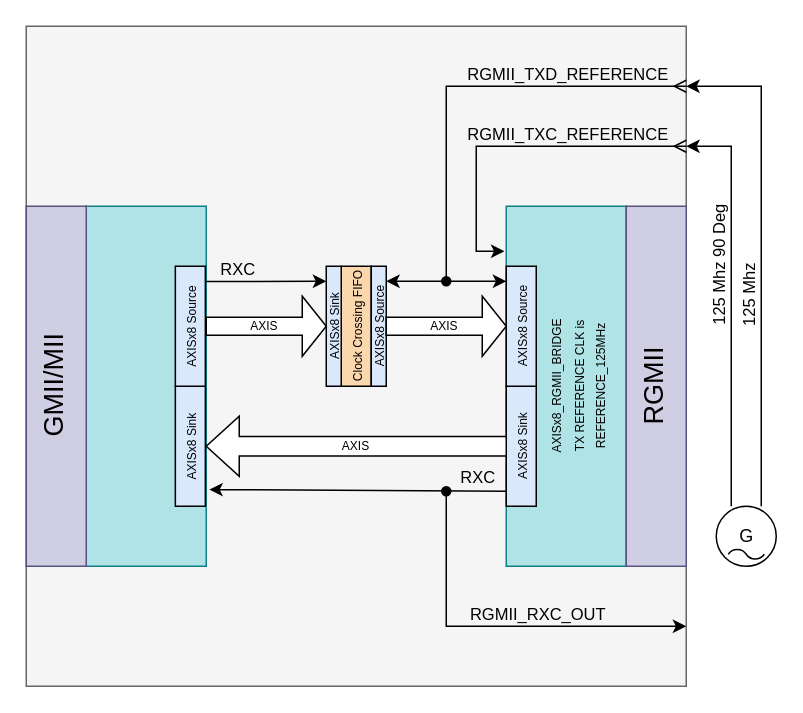
The draw.io diagram docs/Drawio/Example_Project_Zynq_GMII_MII_2_RGMII_Adapter_External_PLL.drawio in ikhansergio/FPGA_UDP_Offloading_Library, before the edit. Source tidied: cells renumbered, new cells numbered last; positions are measured from the earlier drawing's top-left corner, leaving out a move shared by most shapes. Both pictures are drawn from the tidied source at 150%, with x=0, y=0 at pixel (-34, 26).
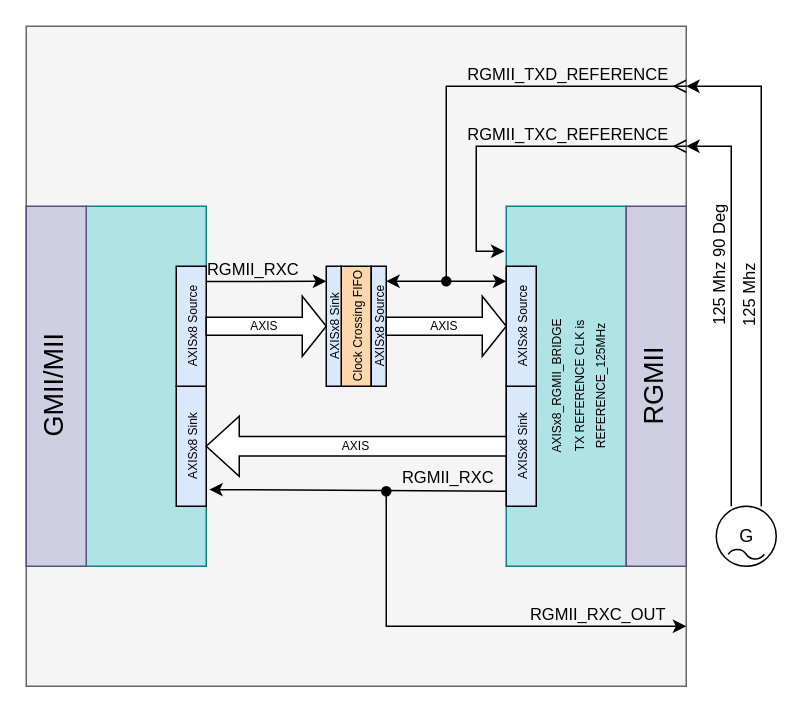
After the change.

Commit message (it also covers changes not shown here):
Update Example_Project_Zynq_GMII_MII_2_RGMII_Adapter Drawio diagrams

Unchanged cells that the change refers to:
```xml
<mxCell id="19" style="endArrow=classic;html=1;rounded=0;exitX=1;exitY=0.4;exitDx=0;exitDy=0;exitPerimeter=0;labelPosition=center;verticalLabelPosition=top;align=center;verticalAlign=bottom;" parent="1" edge="1">
  <mxGeometry relative="1" as="geometry">
    <mxPoint x="160" y="170.2" as="sourcePoint" />
    <mxPoint x="240" y="170" as="targetPoint" />
  </mxGeometry>
</mxCell>
<mxCell id="26" style="endArrow=none;html=1;rounded=0;exitX=0.213;exitY=1.025;exitDx=0;exitDy=0;exitPerimeter=0;labelPosition=center;verticalLabelPosition=top;align=center;verticalAlign=bottom;entryX=0.125;entryY=0;entryDx=0;entryDy=0;entryPerimeter=0;startArrow=classic;startFill=1;endFill=0;" parent="1" edge="1" source="4" target="13">
  <mxGeometry relative="1" as="geometry" />
</mxCell>
```

Diff of the diagram source:
```diff
@@
     <mxCell id="6" value="&lt;span style=&quot;font-size: 8px;&quot;&gt;AXISx8&lt;/span&gt;&lt;span style=&quot;font-size: 8px;&quot;&gt;&amp;nbsp;Sink&lt;/span&gt;" style="rounded=0;whiteSpace=wrap;html=1;fillColor=#dae8fc;strokeColor=#000000;rotation=-90;" parent="1" vertex="1">
-      <mxGeometry x="109.4" y="270" width="80" height="20" as="geometry" />
+      <mxGeometry x="110" y="270" width="80" height="20" as="geometry" />
     </mxCell>
     <mxCell id="7" value="&lt;span style=&quot;font-size: 8px;&quot;&gt;AXISx8 Source&lt;/span&gt;" style="rounded=0;whiteSpace=wrap;html=1;fillColor=#dae8fc;strokeColor=#000000;rotation=-90;" parent="1" vertex="1">
-      <mxGeometry x="109.4" y="190" width="80" height="20" as="geometry" />
+      <mxGeometry x="110" y="190" width="80" height="20" as="geometry" />
     </mxCell>
@@
-    <mxCell id="20" value="RXC" style="edgeLabel;html=1;align=center;verticalAlign=bottom;labelBackgroundColor=none;labelBorderColor=none;labelPosition=center;verticalLabelPosition=top;" parent="19" vertex="1">
+    <mxCell id="20" value="RGMII_RXC" style="edgeLabel;html=1;align=center;verticalAlign=bottom;labelBackgroundColor=none;labelBorderColor=none;labelPosition=center;verticalLabelPosition=top;" parent="19" vertex="1">
       <mxGeometry x="-0.69" y="-1" relative="1" as="geometry">
-        <mxPoint x="8" y="-1" as="offset" />
+        <mxPoint x="18" y="-1" as="offset" />
       </mxGeometry>
     </mxCell>
     <mxCell id="21" value="RGMII_RXC_OUT" style="edgeLabel;html=1;align=center;verticalAlign=bottom;labelBackgroundColor=none;labelBorderColor=none;labelPosition=center;verticalLabelPosition=top;" parent="19" vertex="1">
       <mxGeometry x="-0.69" y="-1" relative="1" as="geometry">
-        <mxPoint x="208" y="229" as="offset" />
+        <mxPoint x="248" y="229" as="offset" />
       </mxGeometry>
     </mxCell>
@@
-    <mxCell id="27" value="RXC" style="edgeLabel;html=1;align=center;verticalAlign=bottom;labelBackgroundColor=none;labelBorderColor=none;labelPosition=center;verticalLabelPosition=top;" parent="26" vertex="1">
+    <mxCell id="27" value="RGMII_RXC" style="edgeLabel;html=1;align=center;verticalAlign=bottom;labelBackgroundColor=none;labelBorderColor=none;labelPosition=center;verticalLabelPosition=top;" parent="26" vertex="1">
       <mxGeometry x="-0.69" y="-1" relative="1" as="geometry">
-        <mxPoint x="148" y="-1" as="offset" />
+        <mxPoint x="128" y="-1" as="offset" />
       </mxGeometry>
     </mxCell>
     <mxCell id="28" style="endArrow=classic;html=1;rounded=0;endFill=1;startArrow=oval;startFill=1;" parent="1" edge="1">
-      <mxGeometry x="-0.23" relative="1" as="geometry">
-        <mxPoint x="320" y="310" as="sourcePoint" />
+      <mxGeometry x="-0.34" relative="1" as="geometry">
+        <mxPoint x="280" y="310" as="sourcePoint" />
         <mxPoint x="480" y="400" as="targetPoint" />
         <Array as="points">
-          <mxPoint x="320" y="400" />
+          <mxPoint x="280" y="400" />
         </Array>
       </mxGeometry>
     </mxCell>
```
